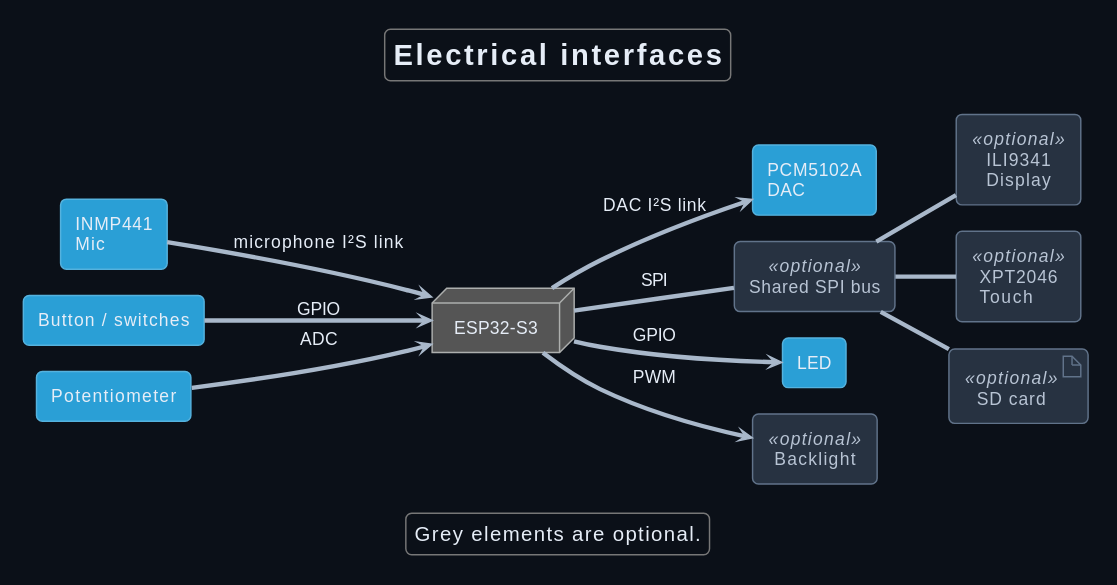
Above: Development/system/architecture/system/rendered/electrical_interfaces.svg in DemonicPsychoII/DigitalStethoscope (PlantUML), before the change.
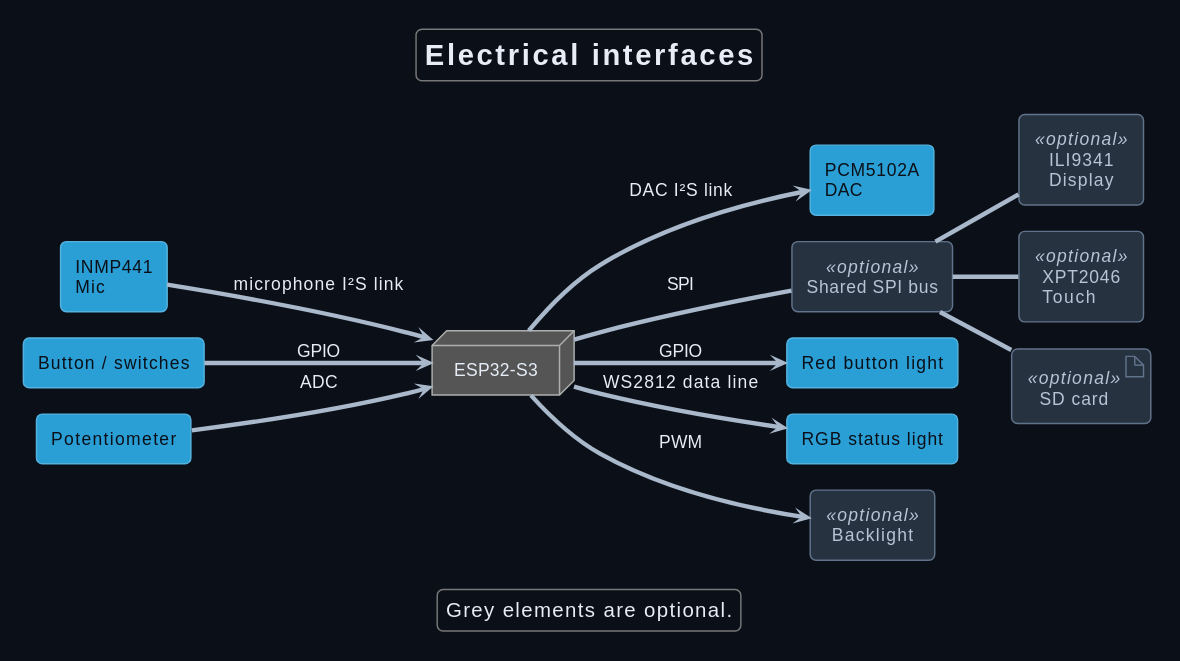
After the change.

Diff of the diagram source:
```diff
@@ -6,6 +6,7 @@
 skinparam defaultFontColor #e6edf7
 skinparam ArrowColor #a9b8ca
 skinparam component {
+ FontColor #0b1018
  BackgroundColor<<optional>> #273241
  BorderColor<<optional>> #61738a
  FontColor<<optional>> #b8c4d4
@@ -28,7 +29,8 @@
 component "Shared SPI bus" as spi <<optional>>
 component "Button / switches" as controls
 component "Potentiometer" as pot
-component "LED" as led
+component "Red button light" as buttonLight
+component "RGB status light" as statusLight
 component "Backlight" as backlight <<optional>>
 mic --> cpu : microphone I²S link
 cpu --> dac : DAC I²S link
@@ -38,7 +40,8 @@
 spi -- sd
 controls --> cpu : GPIO
 pot --> cpu : ADC
-cpu --> led : GPIO
+cpu --> buttonLight : GPIO
+cpu --> statusLight : WS2812 data line
 cpu --> backlight : PWM
 legend bottom
   Grey elements are optional.
```
